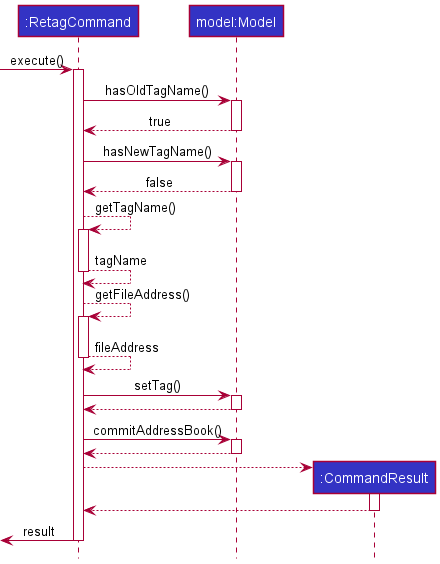
Above: docs/images/RetagSequenceDiagram.png in nus-cs2103-AY2021S1/tp (PlantUML), before the change.
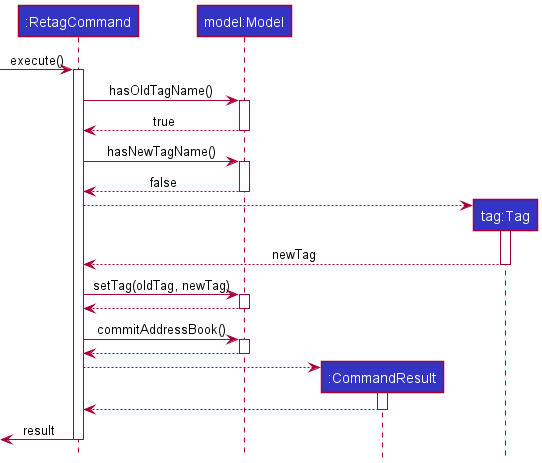
The same diagram one commit later.

Commit message:
Add label sequence diagram

What changed in the source:
```diff
@@ -4,6 +4,7 @@
 participant ":RetagCommand" as RetagCommand LOGIC_COLOR
 participant "model:Model" as Model LOGIC_COLOR
 participant ":CommandResult" as CommandResult LOGIC_COLOR
+participant "tag:Tag" as Tag LOGIC_COLOR
 
 [-> RetagCommand : execute()
 activate RetagCommand
@@ -20,19 +21,14 @@
 Model --> RetagCommand : false
 deactivate Model
 
-RetagCommand --> RetagCommand : getTagName()
-activate RetagCommand
+create Tag
+RetagCommand --> Tag :
+activate Tag
 
-RetagCommand --> RetagCommand : tagName
-deactivate RetagCommand
+Tag --> RetagCommand : newTag
+deactivate Tag
 
-RetagCommand --> RetagCommand : getFileAddress()
-activate RetagCommand
-
-RetagCommand --> RetagCommand : fileAddress
-deactivate RetagCommand
-
-RetagCommand -> Model : setTag()
+RetagCommand -> Model : setTag(oldTag, newTag)
 activate Model
 
 Model --> RetagCommand :
```
